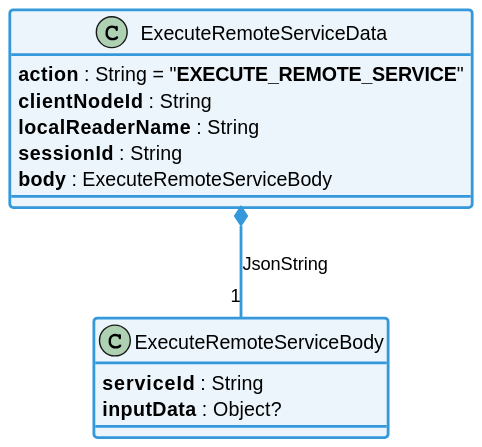
eclipse-keyple/keyple-website keeps this PlantUML diagram as static/media/learn/user-guide/distributed-json-api-1-0/distributedJsonApi_classDiagram_executeRemoteService.svg. Above is the earlier version. Source of this version:
```plantuml
@startuml


!define C_GREY1 F8F9F9
!define C_GREY2 F2F3F4
!define C_GREY3 E5E7E9
!define C_GREY4 D7DBDD
!define C_GREY5 CACFD2
!define C_GREY6 BDC3C7
!define C_LINK 3498DB
!define C_USE 27AE60

skinparam stereotypeABorderColor #A9DCDF
skinparam stereotypeIBorderColor #B4A7E5
skinparam stereotypeCBorderColor #ADD1B2
skinparam stereotypeEBorderColor #EB93DF

skinparam ClassBorderThickness 2
skinparam ArrowThickness 2

skinparam ClassBackgroundColor #FEFECE
skinparam ClassBorderColor #D4AC0D
skinparam ClassBackgroundColor<<red>> #FDEDEC
skinparam ClassBorderColor<<red>> #E74C3C
hide <<red>> stereotype
skinparam ClassBackgroundColor<<purple>> #F4ECF7
skinparam ClassBorderColor<<purple>> #8E44AD
hide <<purple>> stereotype
skinparam ClassBackgroundColor<<blue>> #EBF5FB
skinparam ClassBorderColor<<blue>> #3498DB
hide <<blue>> stereotype
skinparam ClassBackgroundColor<<green>> #E9F7EF
skinparam ClassBorderColor<<green>> #27AE60
hide <<green>> stereotype
skinparam ClassBackgroundColor<<grey>> #EAECEE
skinparam ClassBorderColor<<grey>> #2C3E50
hide <<grey>> stereotype


class ExecuteRemoteServiceData {
    **action** : String = "**EXECUTE_REMOTE_SERVICE**"
    **clientNodeId** : String
    **localReaderName** : String
    **sessionId** : String
    **body** : ExecuteRemoteServiceBody
}
class ExecuteRemoteServiceBody {
    **serviceId** : String
    **inputData** : Object?
}


ExecuteRemoteServiceData *-- "1" ExecuteRemoteServiceBody #C_LINK : JsonString




class ExecuteRemoteServiceData <<blue>>
class ExecuteRemoteServiceBody <<blue>>
@enduml
```
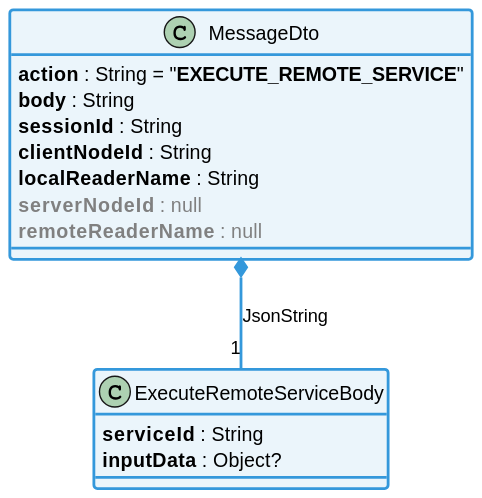
Above is the later version.

Diff of the diagram source:
```diff
@@ -37,12 +37,14 @@
 hide <<grey>> stereotype
 
 
-class ExecuteRemoteServiceData {
+class MessageDto {
     **action** : String = "**EXECUTE_REMOTE_SERVICE**"
+    **body** : String
+    **sessionId** : String
     **clientNodeId** : String
     **localReaderName** : String
-    **sessionId** : String
-    **body** : ExecuteRemoteServiceBody
+    <color:grey>**serverNodeId** : null
+    <color:grey>**remoteReaderName** : null
 }
 class ExecuteRemoteServiceBody {
     **serviceId** : String
@@ -50,11 +52,11 @@
 }
 
 
-ExecuteRemoteServiceData *-- "1" ExecuteRemoteServiceBody #C_LINK : JsonString
+MessageDto *-- "1" ExecuteRemoteServiceBody #C_LINK : JsonString
 
 
 
 
-class ExecuteRemoteServiceData <<blue>>
+class MessageDto <<blue>>
 class ExecuteRemoteServiceBody <<blue>>
 @enduml
```
